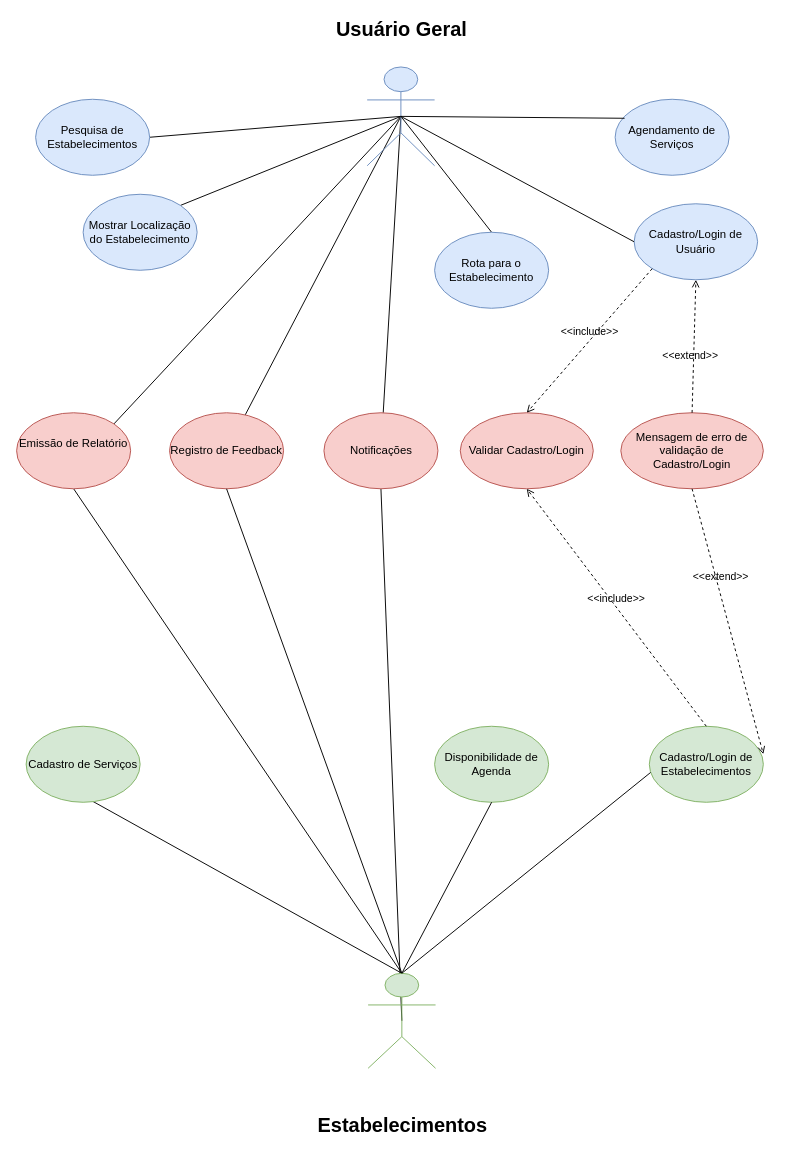
The draw.io diagram docs/Diagrama sem nome.drawio in ICEI-PUC-Minas-PMV-ADS/pmv-ads-2024-1-e3-proj-mov-t4-fuel, before the edit. Source tidied: cells renumbered, new cells numbered last; positions are measured from the earlier drawing's top-left corner, leaving out a move shared by most shapes. Both pictures are drawn from the tidied source at 95%, with x=0, y=0 at pixel (16, 66).
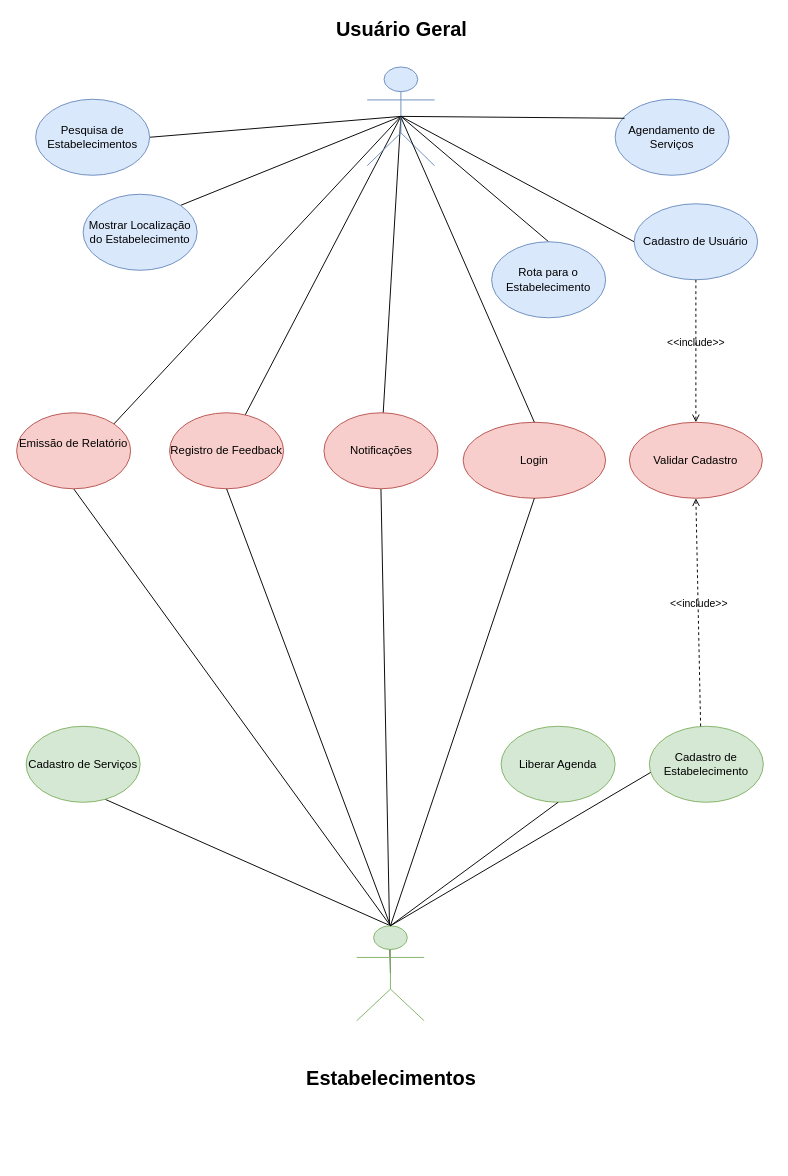
After the change.

Commit message:
Update Casos de Uso

Diff of the diagram source:
```diff
@@
     <mxCell id="11" value="Estabelecimentos&lt;div&gt;&lt;br&gt;&lt;/div&gt;" style="shape=umlActor;verticalLabelPosition=bottom;verticalAlign=bottom;html=1;outlineConnect=0;fillColor=#d5e8d4;strokeColor=#82b366;fontStyle=1;align=center;fontFamily=Helvetica;fontSize=21;" parent="1" vertex="1">
-      <mxGeometry x="370" y="954" width="71" height="100" as="geometry" />
+      <mxGeometry x="358" y="904" width="71" height="100" as="geometry" />
     </mxCell>
-    <mxCell id="12" value="Cadastro/Login de Usuário" style="ellipse;whiteSpace=wrap;html=1;fillColor=#dae8fc;strokeColor=#6c8ebf;" parent="1" vertex="1">
+    <mxCell id="12" value="Cadastro de Usuário" style="ellipse;whiteSpace=wrap;html=1;fillColor=#dae8fc;strokeColor=#6c8ebf;" parent="1" vertex="1">
       <mxGeometry x="650" y="144" width="130" height="80" as="geometry" />
     </mxCell>
-    <mxCell id="13" value="Cadastro/Login de Estabelecimentos" style="ellipse;whiteSpace=wrap;html=1;fillColor=#d5e8d4;strokeColor=#82b366;" parent="1" vertex="1">
+    <mxCell id="13" value="Cadastro de Estabelecimento" style="ellipse;whiteSpace=wrap;html=1;fillColor=#d5e8d4;strokeColor=#82b366;" parent="1" vertex="1">
       <mxGeometry x="666" y="694" width="120" height="80" as="geometry" />
     </mxCell>
@@
-    <mxCell id="16" value="Validar&lt;span style=&quot;background-color: initial;&quot;&gt;&amp;nbsp;Cadastro/Login&lt;/span&gt;" style="ellipse;whiteSpace=wrap;html=1;fillColor=#f8cecc;strokeColor=#b85450;" parent="1" vertex="1">
-      <mxGeometry x="467" y="364" width="140" height="80" as="geometry" />
+    <mxCell id="16" value="Validar&lt;span style=&quot;background-color: initial;&quot;&gt;&amp;nbsp;Cadastro&lt;/span&gt;" style="ellipse;whiteSpace=wrap;html=1;fillColor=#f8cecc;strokeColor=#b85450;" parent="1" vertex="1">
+      <mxGeometry x="645" y="374" width="140" height="80" as="geometry" />
     </mxCell>
-    <mxCell id="17" value="Mensagem de erro de validação de Cadastro/Login" style="ellipse;whiteSpace=wrap;html=1;fillColor=#f8cecc;strokeColor=#b85450;" parent="1" vertex="1">
-      <mxGeometry x="636" y="364" width="150" height="80" as="geometry" />
+    <mxCell id="17" value="Login" style="ellipse;whiteSpace=wrap;html=1;fillColor=#f8cecc;strokeColor=#b85450;" parent="1" vertex="1">
+      <mxGeometry x="470" y="374" width="150" height="80" as="geometry" />
     </mxCell>
-    <mxCell id="18" value="&amp;lt;&amp;lt;include&amp;gt;&amp;gt;" style="html=1;verticalAlign=bottom;labelBackgroundColor=none;endArrow=open;endFill=0;dashed=1;rounded=0;exitX=0;exitY=1;exitDx=0;exitDy=0;entryX=0.5;entryY=0;entryDx=0;entryDy=0;" parent="1" edge="1" source="12" target="16">
+    <mxCell id="18" value="&amp;lt;&amp;lt;include&amp;gt;&amp;gt;" style="html=1;verticalAlign=bottom;labelBackgroundColor=none;endArrow=open;endFill=0;dashed=1;rounded=0;exitX=0.5;exitY=1;exitDx=0;exitDy=0;entryX=0.5;entryY=0;entryDx=0;entryDy=0;" parent="1" edge="1" source="12" target="16">
       <mxGeometry relative="1" as="geometry" />
     </mxCell>
@@
-    <mxCell id="20" value="&amp;lt;&amp;lt;extend&amp;gt;&amp;gt;" style="html=1;verticalAlign=bottom;labelBackgroundColor=none;endArrow=open;endFill=0;dashed=1;rounded=0;entryX=0.5;entryY=1;entryDx=0;entryDy=0;exitX=0.5;exitY=0;exitDx=0;exitDy=0;" parent="1" edge="1" source="17" target="12">
-      <mxGeometry x="-0.27" y="3" relative="1" as="geometry" />
-    </mxCell>
-    <mxCell id="21" value="&amp;lt;&amp;lt;include&amp;gt;&amp;gt;" style="html=1;verticalAlign=bottom;labelBackgroundColor=none;endArrow=open;endFill=0;dashed=1;rounded=0;exitX=0.5;exitY=0;exitDx=0;exitDy=0;entryX=0.5;entryY=1;entryDx=0;entryDy=0;" parent="1" edge="1" source="13" target="16">
-      <mxGeometry relative="1" as="geometry" />
+    <mxCell id="21" value="&amp;lt;&amp;lt;include&amp;gt;&amp;gt;" style="html=1;verticalAlign=bottom;labelBackgroundColor=none;endArrow=open;endFill=0;dashed=1;rounded=0;entryX=0.5;entryY=1;entryDx=0;entryDy=0;" parent="1" edge="1" target="16">
+      <mxGeometry relative="1" as="geometry">
+        <mxPoint x="720" y="694" as="sourcePoint" />
+      </mxGeometry>
     </mxCell>
-    <mxCell id="22" value="&amp;lt;&amp;lt;extend&amp;gt;&amp;gt;" style="html=1;verticalAlign=bottom;labelBackgroundColor=none;endArrow=open;endFill=0;dashed=1;rounded=0;entryX=1;entryY=0.367;entryDx=0;entryDy=0;entryPerimeter=0;exitX=0.5;exitY=1;exitDx=0;exitDy=0;" parent="1" edge="1" source="17" target="13">
-      <mxGeometry x="-0.27" y="3" relative="1" as="geometry" />
-    </mxCell>
@@
     <mxCell id="30" value="Rota para o Estabelecimento" style="ellipse;whiteSpace=wrap;html=1;fillColor=#dae8fc;strokeColor=#6c8ebf;" parent="1" vertex="1">
-      <mxGeometry x="440" y="174" width="120" height="80" as="geometry" />
+      <mxGeometry x="500" y="184" width="120" height="80" as="geometry" />
     </mxCell>
@@
-    <mxCell id="33" value="Disponibilidade de Agenda" style="ellipse;whiteSpace=wrap;html=1;fillColor=#d5e8d4;strokeColor=#82b366;" parent="1" vertex="1">
-      <mxGeometry x="440" y="694" width="120" height="80" as="geometry" />
+    <mxCell id="33" value="Liberar Agenda" style="ellipse;whiteSpace=wrap;html=1;fillColor=#d5e8d4;strokeColor=#82b366;" parent="1" vertex="1">
+      <mxGeometry x="510" y="694" width="120" height="80" as="geometry" />
     </mxCell>
@@
+    <mxCell id="35" style="endArrow=none;html=1;rounded=0;exitX=0.5;exitY=0;exitDx=0;exitDy=0;exitPerimeter=0;entryX=0.5;entryY=1;entryDx=0;entryDy=0;" parent="1" edge="1" source="11" target="17">
+      <mxGeometry relative="1" as="geometry" />
+    </mxCell>
+    <mxCell id="36" style="endArrow=none;html=1;rounded=0;entryX=0.5;entryY=0;entryDx=0;entryDy=0;" parent="1" edge="1" target="17">
+      <mxGeometry relative="1" as="geometry">
+        <mxPoint x="405" y="54" as="sourcePoint" />
+      </mxGeometry>
+    </mxCell>
```
